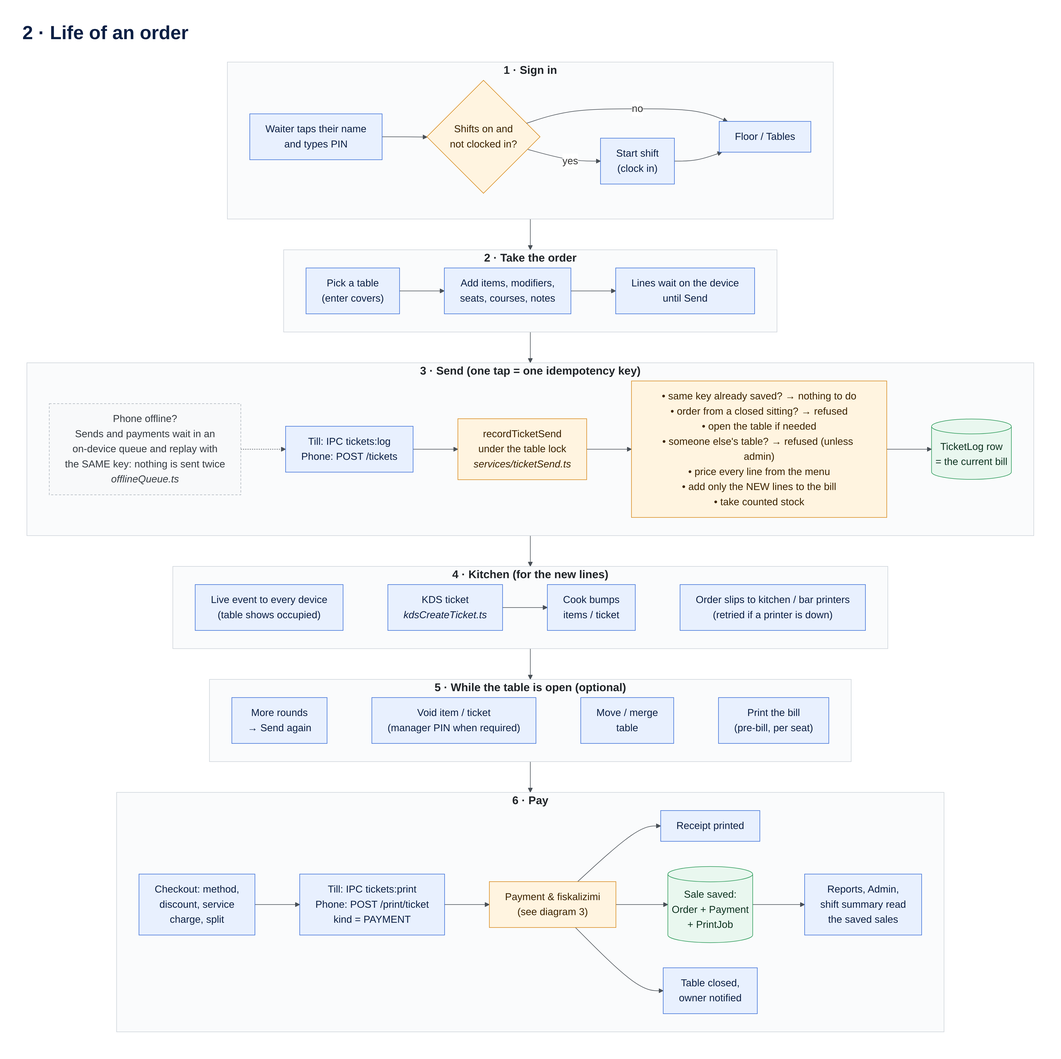
Before: docs/diagrams/export/02-order-lifecycle.png, a diagram exported from Mermaid (DidiG03/POS). Its source is kept beside it as docs/diagrams/02-order-lifecycle.mmd. Its diagram source:
```mermaid
---
config:
  layout: dagre
---
flowchart TB
  subgraph S1["1 · Sign in"]
    direction LR
    A1["Waiter taps their name<br/>and types PIN"] --> A2{"Shifts on and<br/>not clocked in?"}
    A2 -- yes --> A3["Start shift<br/>(clock in)"]
    A2 -- no --> A4["Floor / Tables"]
    A3 --> A4
  end

  subgraph S2["2 · Take the order"]
    direction LR
    B1["Pick a table<br/>(enter covers)"] --> B2["Add items, modifiers,<br/>seats, courses, notes"]
    B2 --> B3["Lines wait on the device<br/>until Send"]
  end

  subgraph S3["3 · Send (one tap = one idempotency key)"]
    direction LR
    OFF["Phone offline?<br/>Sends and payments wait in an<br/>on-device queue and replay with<br/>the SAME key: nothing is sent twice<br/><i>offlineQueue.ts</i>"] -.-> C1
    C1["Till: IPC tickets:log<br/>Phone: POST /tickets"] --> C2["recordTicketSend<br/>under the table lock<br/><i>services/ticketSend.ts</i>"]
    C2 --> C3["• same key already saved? → nothing to do<br/>• order from a closed sitting? → refused<br/>• open the table if needed<br/>• someone else's table? → refused (unless admin)<br/>• price every line from the menu<br/>• add only the NEW lines to the bill<br/>• take counted stock"]
    C3 --> C4[("TicketLog row<br/>= the current bill")]
  end

  subgraph S4["4 · Kitchen (for the new lines)"]
    direction LR
    D1["Live event to every device<br/>(table shows occupied)"]
    D4["Order slips to kitchen / bar printers<br/>(retried if a printer is down)"]
    D2["KDS ticket<br/><i>kdsCreateTicket.ts</i>"] --> D3["Cook bumps<br/>items / ticket"]
    D1 ~~~ D2
    D3 ~~~ D4
  end

  subgraph S5["5 · While the table is open (optional)"]
    direction LR
    E1["More rounds<br/>→ Send again"]
    E2["Void item / ticket<br/>(manager PIN when required)"]
    E3["Move / merge<br/>table"]
    E4["Print the bill<br/>(pre-bill, per seat)"]
    E1 ~~~ E2 ~~~ E3 ~~~ E4
  end

  subgraph S6["6 · Pay"]
    direction LR
    F1["Checkout: method,<br/>discount, service<br/>charge, split"] --> F2["Till: IPC tickets:print<br/>Phone: POST /print/ticket<br/>kind = PAYMENT"]
    F2 --> F3["Payment & fiskalizimi<br/>(see diagram 3)"]
    F3 --> F4["Receipt printed"]
    F3 --> F5[("Sale saved:<br/>Order + Payment<br/>+ PrintJob")]
    F3 --> F6["Table closed,<br/>owner notified"]
    F5 --> R1["Reports, Admin,<br/>shift summary read<br/>the saved sales"]
  end

  S1 --> S2 --> S3 --> S4 --> S5 --> S6

  classDef step fill:#e8f0fe,stroke:#3b6fd8,color:#0b1f44
  classDef rule fill:#fff4e0,stroke:#d88a1d,color:#3d2400
  classDef data fill:#e9f7ef,stroke:#2e9b5b,color:#0d3320
  classDef note fill:#f8f9fa,stroke:#adb5bd,color:#343a40,stroke-dasharray:4 3
  class A1,A3,A4,B1,B2,B3,C1,D1,D2,D3,D4,E1,E2,E3,E4,F1,F2,F4,F6,R1 step
  class A2,C2,C3,F3 rule
  class C4,F5 data
  class OFF note
```
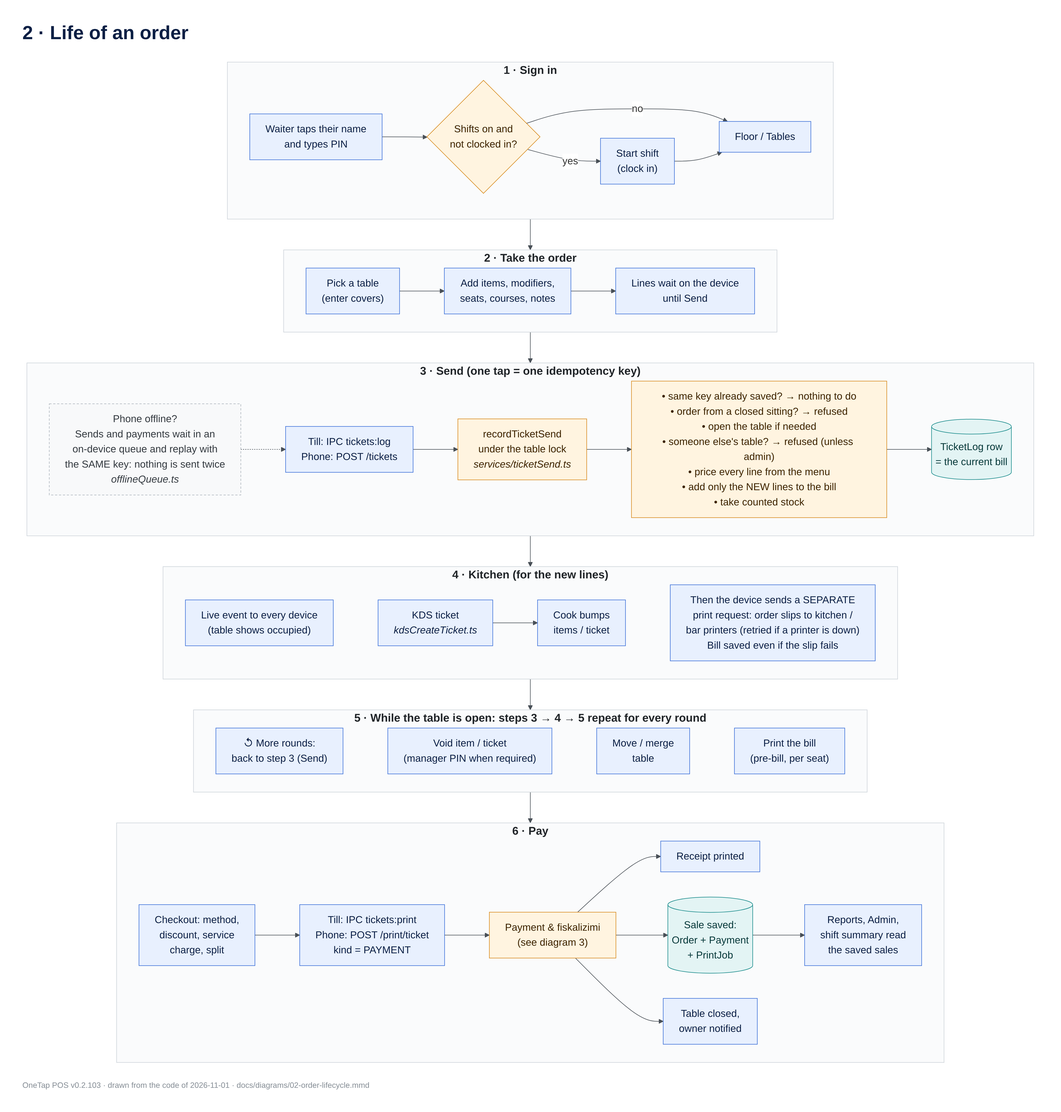
After the commit.

Change to the diagram source:
```diff
@@ -28,15 +28,15 @@
   subgraph S4["4 · Kitchen (for the new lines)"]
     direction LR
     D1["Live event to every device<br/>(table shows occupied)"]
-    D4["Order slips to kitchen / bar printers<br/>(retried if a printer is down)"]
+    D4["Then the device sends a SEPARATE<br/>print request: order slips to kitchen /<br/>bar printers (retried if a printer is down)<br/>Bill saved even if the slip fails"]
     D2["KDS ticket<br/><i>kdsCreateTicket.ts</i>"] --> D3["Cook bumps<br/>items / ticket"]
     D1 ~~~ D2
     D3 ~~~ D4
   end
 
-  subgraph S5["5 · While the table is open (optional)"]
+  subgraph S5["5 · While the table is open: steps 3 → 4 → 5 repeat for every round"]
     direction LR
-    E1["More rounds<br/>→ Send again"]
+    E1["↺ More rounds:<br/>back to step 3 (Send)"]
     E2["Void item / ticket<br/>(manager PIN when required)"]
     E3["Move / merge<br/>table"]
     E4["Print the bill<br/>(pre-bill, per seat)"]
@@ -56,10 +56,15 @@
   S1 --> S2 --> S3 --> S4 --> S5 --> S6
 
   classDef step fill:#e8f0fe,stroke:#3b6fd8,color:#0b1f44
-  classDef rule fill:#fff4e0,stroke:#d88a1d,color:#3d2400
-  classDef data fill:#e9f7ef,stroke:#2e9b5b,color:#0d3320
+  classDef logic fill:#fff4e0,stroke:#d88a1d,color:#3d2400
+  classDef data fill:#e3f4f4,stroke:#178a8a,color:#06393a
+  classDef good fill:#e9f7ef,stroke:#2e9b5b,color:#0d3320
+  classDef warn fill:#fff9db,stroke:#e0a800,color:#3d2e00
+  classDef bad fill:#fdecec,stroke:#d64545,color:#4a0d0d
+  classDef ext fill:#f3e8fd,stroke:#8b4fd1,color:#2a0d4a
+  classDef device fill:#f1f3f5,stroke:#868e96,color:#212529
   classDef note fill:#f8f9fa,stroke:#adb5bd,color:#343a40,stroke-dasharray:4 3
   class A1,A3,A4,B1,B2,B3,C1,D1,D2,D3,D4,E1,E2,E3,E4,F1,F2,F4,F6,R1 step
-  class A2,C2,C3,F3 rule
+  class A2,C2,C3,F3 logic
   class C4,F5 data
   class OFF note
```
